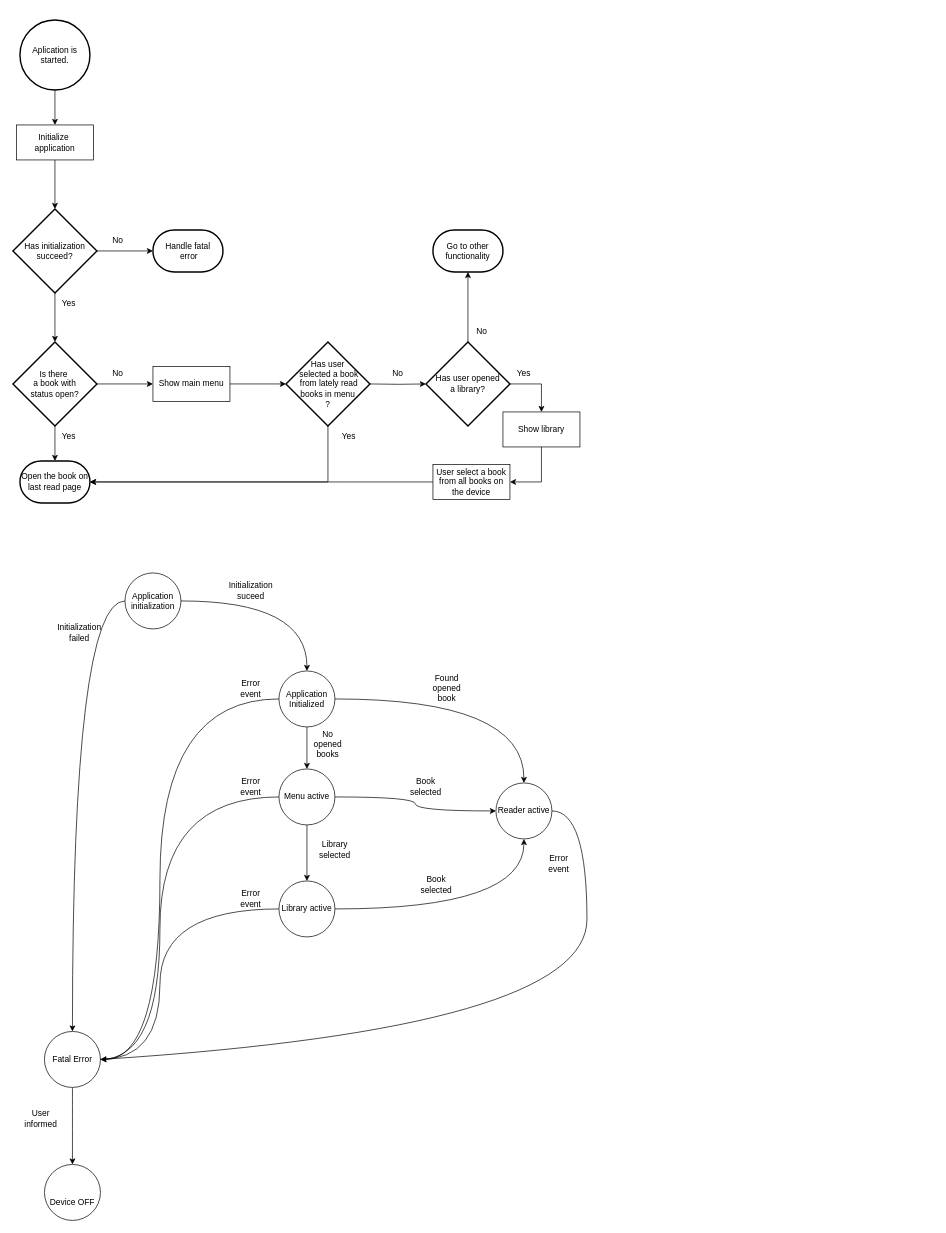
This is page "UC-002" (2 of 5) of docs/design/assets/01_concept_of_operations.drawio from KubaTaba1uga/open_source_ebook_reader, a draw.io file, before an edit. Source tidied: cells renumbered, new cells numbered last; positions are measured from the earlier drawing's top-left corner, leaving out a move shared by most shapes. Both pictures are drawn from the tidied source at 70%, with x=0, y=0 at pixel (13, 20).
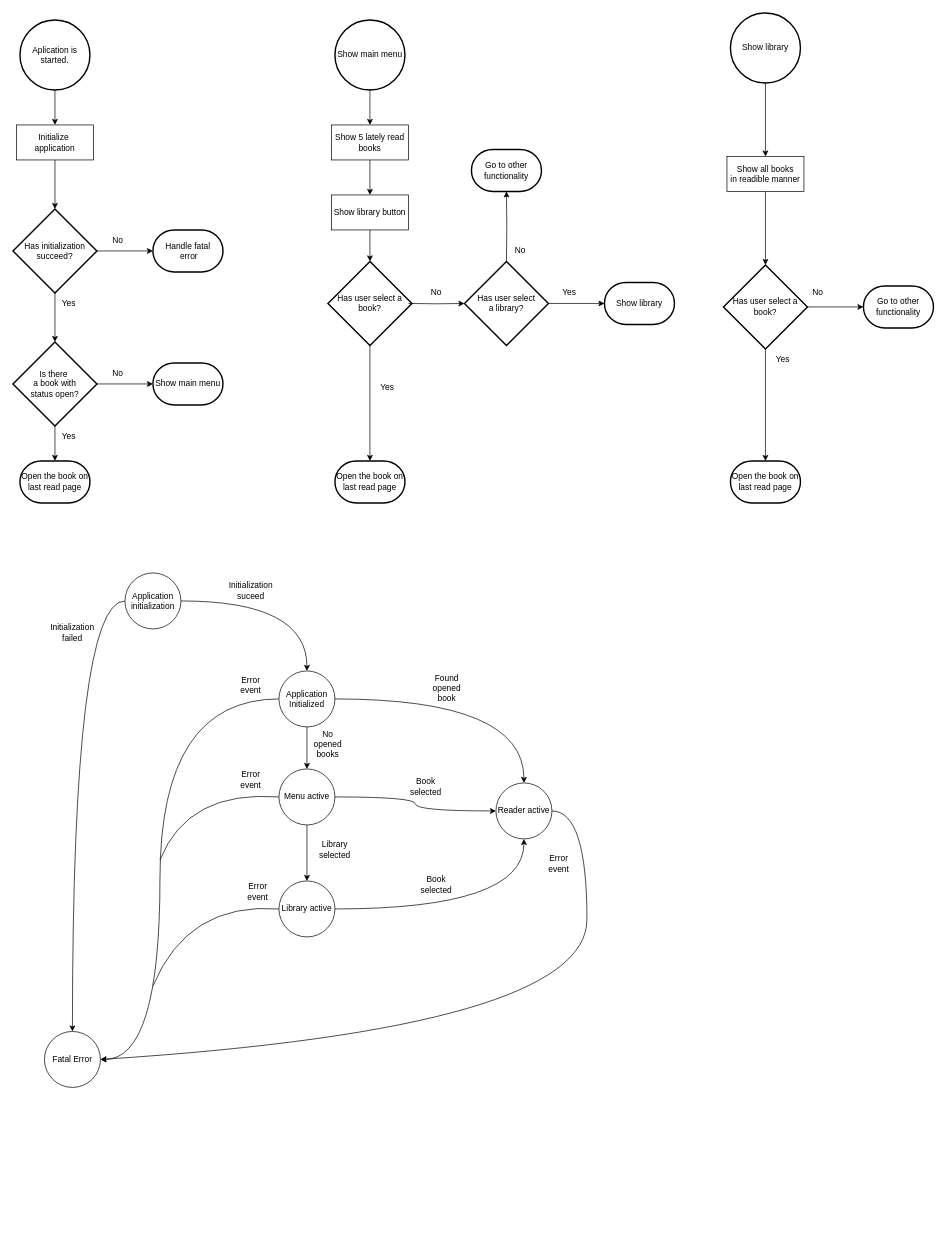
The same diagram, later.

The change refers to these unchanged cells:
```xml
<mxCell id="13" value="Open the book on last read page" style="strokeWidth=2;html=1;shape=mxgraph.flowchart.terminator;whiteSpace=wrap;" parent="2" vertex="1">
  <mxGeometry x="10" y="630" width="100" height="60" as="geometry" />
</mxCell>
<mxCell id="43" value="Fatal Error" style="ellipse;whiteSpace=wrap;html=1;shapeInside=1;" parent="2" vertex="1">
  <mxGeometry x="45" y="1445" width="80" height="80" as="geometry" />
</mxCell>
<mxCell id="50" value="Menu active" style="ellipse;whiteSpace=wrap;html=1;shapeInside=1;" parent="2" vertex="1">
  <mxGeometry x="380" y="1070" width="80" height="80" as="geometry" />
</mxCell>
```

Change to the diagram source:
```diff
@@
-    <mxCell id="18" style="edgeStyle=orthogonalEdgeStyle;rounded=0;jettySize=auto;html=1;" parent="2" edge="1" source="19" target="22">
-      <mxGeometry relative="1" as="geometry" />
-    </mxCell>
-    <mxCell id="19" value="Show main menu" style="html=1;whiteSpace=wrap;" parent="2" vertex="1">
-      <mxGeometry x="200" y="495" width="110" height="50" as="geometry" />
-    </mxCell>
@@
-    <mxCell id="21" style="edgeStyle=orthogonalEdgeStyle;rounded=0;jettySize=auto;html=1;entryX=1;entryY=0.5;entryDx=0;entryDy=0;entryPerimeter=0;" parent="2" edge="1" source="22" target="13">
-      <mxGeometry relative="1" as="geometry">
-        <Array as="points">
-          <mxPoint x="450" y="660" />
-        </Array>
-      </mxGeometry>
-    </mxCell>
-    <mxCell id="22" value="Has user&lt;div&gt;&amp;nbsp;selected a book&lt;/div&gt;&lt;div&gt;&amp;nbsp;from lately read books in menu&lt;div&gt;?&lt;/div&gt;&lt;/div&gt;" style="strokeWidth=2;html=1;shape=mxgraph.flowchart.decision;whiteSpace=wrap;" parent="2" vertex="1">
-      <mxGeometry x="390" y="460" width="120" height="120" as="geometry" />
-    </mxCell>
-    <mxCell id="23" style="edgeStyle=orthogonalEdgeStyle;rounded=0;jettySize=auto;html=1;" parent="2" edge="1" target="26">
-      <mxGeometry relative="1" as="geometry">
-        <mxPoint x="510" y="520" as="sourcePoint" />
-      </mxGeometry>
-    </mxCell>
-    <mxCell id="24" style="edgeStyle=orthogonalEdgeStyle;rounded=0;jettySize=auto;html=1;entryX=0.5;entryY=0;entryDx=0;entryDy=0;" parent="2" edge="1" source="26" target="28">
-      <mxGeometry relative="1" as="geometry">
-        <Array as="points">
-          <mxPoint x="755" y="520" />
-        </Array>
-      </mxGeometry>
-    </mxCell>
-    <mxCell id="25" style="edgeStyle=orthogonalEdgeStyle;rounded=0;jettySize=auto;html=1;" parent="2" edge="1" source="26" target="34">
-      <mxGeometry relative="1" as="geometry" />
-    </mxCell>
-    <mxCell id="26" value="Has user opened&lt;div&gt;a library?&lt;/div&gt;" style="strokeWidth=2;html=1;shape=mxgraph.flowchart.decision;whiteSpace=wrap;" parent="2" vertex="1">
-      <mxGeometry x="590" y="460" width="120" height="120" as="geometry" />
-    </mxCell>
-    <mxCell id="27" style="edgeStyle=orthogonalEdgeStyle;rounded=0;jettySize=auto;html=1;entryX=1;entryY=0.5;entryDx=0;entryDy=0;" parent="2" edge="1" source="28" target="30">
-      <mxGeometry relative="1" as="geometry" />
-    </mxCell>
-    <mxCell id="28" value="Show library" style="html=1;whiteSpace=wrap;" parent="2" vertex="1">
-      <mxGeometry x="700" y="560" width="110" height="50" as="geometry" />
-    </mxCell>
-    <mxCell id="29" style="edgeStyle=orthogonalEdgeStyle;rounded=0;jettySize=auto;html=1;entryX=1;entryY=0.5;entryDx=0;entryDy=0;entryPerimeter=0;" parent="2" edge="1" source="30" target="13">
-      <mxGeometry relative="1" as="geometry">
-        <Array as="points">
-          <mxPoint x="480" y="660" />
-          <mxPoint x="480" y="660" />
-        </Array>
-      </mxGeometry>
-    </mxCell>
-    <mxCell id="30" value="User select a book from all books on the device" style="html=1;whiteSpace=wrap;" parent="2" vertex="1">
-      <mxGeometry x="600" y="635" width="110" height="50" as="geometry" />
-    </mxCell>
-    <mxCell id="31" value="Yes" style="text;html=1;whiteSpace=wrap;strokeColor=none;fillColor=none;align=center;verticalAlign=middle;rounded=0;" parent="2" vertex="1">
-      <mxGeometry x="450" y="580" width="60" height="30" as="geometry" />
-    </mxCell>
-    <mxCell id="32" value="No" style="text;html=1;whiteSpace=wrap;strokeColor=none;fillColor=none;align=center;verticalAlign=middle;rounded=0;" parent="2" vertex="1">
-      <mxGeometry x="520" y="490" width="60" height="30" as="geometry" />
-    </mxCell>
-    <mxCell id="33" value="Yes" style="text;html=1;whiteSpace=wrap;strokeColor=none;fillColor=none;align=center;verticalAlign=middle;rounded=0;" parent="2" vertex="1">
-      <mxGeometry x="700" y="490" width="60" height="30" as="geometry" />
-    </mxCell>
-    <mxCell id="34" value="Go to other functionality" style="strokeWidth=2;html=1;shape=mxgraph.flowchart.terminator;whiteSpace=wrap;" parent="2" vertex="1">
-      <mxGeometry x="600" y="300" width="100" height="60" as="geometry" />
-    </mxCell>
-    <mxCell id="35" value="No" style="text;html=1;whiteSpace=wrap;strokeColor=none;fillColor=none;align=center;verticalAlign=middle;rounded=0;" parent="2" vertex="1">
-      <mxGeometry x="640" y="430" width="60" height="30" as="geometry" />
-    </mxCell>
@@
-    <mxCell id="42" style="edgeStyle=orthogonalEdgeStyle;rounded=0;jettySize=auto;html=1;curved=1;" parent="2" edge="1" source="43" target="45">
-      <mxGeometry relative="1" as="geometry" />
-    </mxCell>
@@
     <mxCell id="44" value="Initialization failed" style="text;html=1;whiteSpace=wrap;strokeColor=none;fillColor=none;align=center;verticalAlign=middle;rounded=0;" parent="2" vertex="1">
-      <mxGeometry x="65" y="860" width="60" height="30" as="geometry" />
+      <mxGeometry x="55" y="860" width="60" height="30" as="geometry" />
     </mxCell>
-    <mxCell id="45" value="&lt;div&gt;&lt;br&gt;&lt;/div&gt;&lt;div&gt;&lt;br&gt;&lt;/div&gt;&lt;div&gt;Device OFF&lt;/div&gt;" style="ellipse;whiteSpace=wrap;html=1;shapeInside=1;" parent="2" vertex="1">
-      <mxGeometry x="45" y="1635" width="80" height="80" as="geometry" />
-    </mxCell>
-    <mxCell id="46" value="User informed" style="text;html=1;whiteSpace=wrap;strokeColor=none;fillColor=none;align=center;verticalAlign=middle;rounded=0;" parent="2" vertex="1">
-      <mxGeometry x="10" y="1555" width="60" height="30" as="geometry" />
-    </mxCell>
@@
-    <mxCell id="60" style="endArrow=none;html=1;rounded=0;entryX=0;entryY=0.5;entryDx=0;entryDy=0;exitX=1;exitY=0.5;exitDx=0;exitDy=0;curved=1;" parent="2" edge="1" source="43" target="50">
-      <mxGeometry relative="1" as="geometry">
-        <Array as="points">
-          <mxPoint x="210" y="1485" />
-          <mxPoint x="210" y="1110" />
-        </Array>
-      </mxGeometry>
-    </mxCell>
-    <mxCell id="61" style="endArrow=none;html=1;rounded=0;entryX=0;entryY=0.5;entryDx=0;entryDy=0;exitX=1;exitY=0.5;exitDx=0;exitDy=0;curved=1;" parent="2" edge="1" source="43">
-      <mxGeometry relative="1" as="geometry">
-        <mxPoint x="380" y="1270" as="targetPoint" />
-        <Array as="points">
-          <mxPoint x="210" y="1485" />
-          <mxPoint x="210" y="1270" />
-        </Array>
-      </mxGeometry>
-    </mxCell>
@@
     <mxCell id="63" value="Error event" style="text;html=1;whiteSpace=wrap;strokeColor=none;fillColor=none;align=center;verticalAlign=middle;rounded=0;" parent="2" vertex="1">
-      <mxGeometry x="310" y="940" width="60" height="30" as="geometry" />
+      <mxGeometry x="310" y="935" width="60" height="30" as="geometry" />
     </mxCell>
     <mxCell id="64" value="Error event" style="text;html=1;whiteSpace=wrap;strokeColor=none;fillColor=none;align=center;verticalAlign=middle;rounded=0;" parent="2" vertex="1">
-      <mxGeometry x="310" y="1080" width="60" height="30" as="geometry" />
+      <mxGeometry x="310" y="1070" width="60" height="30" as="geometry" />
     </mxCell>
     <mxCell id="65" value="Error event" style="text;html=1;whiteSpace=wrap;strokeColor=none;fillColor=none;align=center;verticalAlign=middle;rounded=0;" parent="2" vertex="1">
-      <mxGeometry x="310" y="1240" width="60" height="30" as="geometry" />
+      <mxGeometry x="320" y="1230" width="60" height="30" as="geometry" />
     </mxCell>
@@
+    <mxCell id="67" style="edgeStyle=orthogonalEdgeStyle;rounded=0;jettySize=auto;html=1;" parent="2" edge="1" source="68" target="70">
+      <mxGeometry relative="1" as="geometry" />
+    </mxCell>
+    <mxCell id="68" value="Show library" style="strokeWidth=2;html=1;shape=mxgraph.flowchart.start_2;whiteSpace=wrap;" parent="2" vertex="1">
+      <mxGeometry x="1025" y="-10" width="100" height="100" as="geometry" />
+    </mxCell>
+    <mxCell id="69" style="edgeStyle=orthogonalEdgeStyle;rounded=0;jettySize=auto;html=1;entryX=0.5;entryY=0;entryDx=0;entryDy=0;entryPerimeter=0;" parent="2" edge="1" source="70" target="94">
+      <mxGeometry relative="1" as="geometry" />
+    </mxCell>
+    <mxCell id="70" value="Show all books&lt;div&gt;in readible manner&lt;/div&gt;" style="html=1;whiteSpace=wrap;" parent="2" vertex="1">
+      <mxGeometry x="1020" y="195" width="110" height="50" as="geometry" />
+    </mxCell>
+    <mxCell id="71" style="edgeStyle=orthogonalEdgeStyle;rounded=0;jettySize=auto;html=1;exitX=0.5;exitY=1;exitDx=0;exitDy=0;exitPerimeter=0;entryX=0.5;entryY=0;entryDx=0;entryDy=0;entryPerimeter=0;" parent="2" edge="1" source="94" target="72">
+      <mxGeometry relative="1" as="geometry" />
+    </mxCell>
+    <mxCell id="72" value="Open the book on last read page" style="strokeWidth=2;html=1;shape=mxgraph.flowchart.terminator;whiteSpace=wrap;" parent="2" vertex="1">
+      <mxGeometry x="1025" y="630" width="100" height="60" as="geometry" />
+    </mxCell>
+    <mxCell id="73" value="Show main menu" style="strokeWidth=2;html=1;shape=mxgraph.flowchart.terminator;whiteSpace=wrap;" parent="2" vertex="1">
+      <mxGeometry x="200" y="490" width="100" height="60" as="geometry" />
+    </mxCell>
+    <mxCell id="74" style="edgeStyle=orthogonalEdgeStyle;rounded=0;jettySize=auto;html=1;" parent="2" edge="1" source="75" target="79">
+      <mxGeometry relative="1" as="geometry" />
+    </mxCell>
+    <mxCell id="75" value="Show main menu" style="strokeWidth=2;html=1;shape=mxgraph.flowchart.start_2;whiteSpace=wrap;" parent="2" vertex="1">
+      <mxGeometry x="460" width="100" height="100" as="geometry" />
+    </mxCell>
+    <mxCell id="76" style="edgeStyle=orthogonalEdgeStyle;rounded=0;jettySize=auto;html=1;" parent="2" edge="1" source="77" target="83">
+      <mxGeometry relative="1" as="geometry" />
+    </mxCell>
+    <mxCell id="77" value="Has user select a book?" style="strokeWidth=2;html=1;shape=mxgraph.flowchart.decision;whiteSpace=wrap;" parent="2" vertex="1">
+      <mxGeometry x="450" y="345" width="120" height="120" as="geometry" />
+    </mxCell>
+    <mxCell id="78" style="edgeStyle=orthogonalEdgeStyle;rounded=0;jettySize=auto;html=1;" parent="2" edge="1" source="79" target="81">
+      <mxGeometry relative="1" as="geometry" />
+    </mxCell>
+    <mxCell id="79" value="Show 5 lately read books" style="html=1;whiteSpace=wrap;" parent="2" vertex="1">
+      <mxGeometry x="455" y="150" width="110" height="50" as="geometry" />
+    </mxCell>
+    <mxCell id="80" style="edgeStyle=orthogonalEdgeStyle;rounded=0;jettySize=auto;html=1;" parent="2" edge="1" source="81" target="77">
+      <mxGeometry relative="1" as="geometry" />
+    </mxCell>
+    <mxCell id="81" value="Show library button" style="html=1;whiteSpace=wrap;" parent="2" vertex="1">
+      <mxGeometry x="455" y="250" width="110" height="50" as="geometry" />
+    </mxCell>
+    <mxCell id="82" value="Yes" style="text;html=1;whiteSpace=wrap;strokeColor=none;fillColor=none;align=center;verticalAlign=middle;rounded=0;" parent="2" vertex="1">
+      <mxGeometry x="505" y="510" width="60" height="30" as="geometry" />
+    </mxCell>
+    <mxCell id="83" value="Open the book on last read page" style="strokeWidth=2;html=1;shape=mxgraph.flowchart.terminator;whiteSpace=wrap;" parent="2" vertex="1">
+      <mxGeometry x="460" y="630" width="100" height="60" as="geometry" />
+    </mxCell>
+    <mxCell id="84" style="edgeStyle=orthogonalEdgeStyle;rounded=0;jettySize=auto;html=1;" parent="2" edge="1" target="85">
+      <mxGeometry relative="1" as="geometry">
+        <mxPoint x="565" y="405" as="sourcePoint" />
+      </mxGeometry>
+    </mxCell>
+    <mxCell id="85" value="Has user select&lt;div&gt;a library?&lt;/div&gt;" style="strokeWidth=2;html=1;shape=mxgraph.flowchart.decision;whiteSpace=wrap;" parent="2" vertex="1">
+      <mxGeometry x="645" y="345" width="120" height="120" as="geometry" />
+    </mxCell>
+    <mxCell id="86" value="No" style="text;html=1;whiteSpace=wrap;strokeColor=none;fillColor=none;align=center;verticalAlign=middle;rounded=0;" parent="2" vertex="1">
+      <mxGeometry x="575" y="375" width="60" height="30" as="geometry" />
+    </mxCell>
+    <mxCell id="87" value="No" style="text;html=1;whiteSpace=wrap;strokeColor=none;fillColor=none;align=center;verticalAlign=middle;rounded=0;" parent="2" vertex="1">
+      <mxGeometry x="695" y="315" width="60" height="30" as="geometry" />
+    </mxCell>
+    <mxCell id="88" style="edgeStyle=orthogonalEdgeStyle;rounded=0;jettySize=auto;html=1;" parent="2" edge="1" target="89">
+      <mxGeometry relative="1" as="geometry">
+        <mxPoint x="705" y="345" as="sourcePoint" />
+      </mxGeometry>
+    </mxCell>
+    <mxCell id="89" value="Go to other functionality" style="strokeWidth=2;html=1;shape=mxgraph.flowchart.terminator;whiteSpace=wrap;" parent="2" vertex="1">
+      <mxGeometry x="655" y="185" width="100" height="60" as="geometry" />
+    </mxCell>
+    <mxCell id="90" style="edgeStyle=orthogonalEdgeStyle;rounded=0;orthogonalLoop=1;jettySize=auto;html=1;" parent="2" edge="1">
+      <mxGeometry relative="1" as="geometry">
+        <mxPoint x="765" y="405" as="sourcePoint" />
+        <mxPoint x="845" y="405" as="targetPoint" />
+      </mxGeometry>
+    </mxCell>
+    <mxCell id="91" value="Show library" style="strokeWidth=2;html=1;shape=mxgraph.flowchart.terminator;whiteSpace=wrap;" parent="2" vertex="1">
+      <mxGeometry x="845" y="375" width="100" height="60" as="geometry" />
+    </mxCell>
+    <mxCell id="92" value="Yes" style="text;html=1;whiteSpace=wrap;strokeColor=none;fillColor=none;align=center;verticalAlign=middle;rounded=0;" parent="2" vertex="1">
+      <mxGeometry x="765" y="375" width="60" height="30" as="geometry" />
+    </mxCell>
+    <mxCell id="93" style="edgeStyle=orthogonalEdgeStyle;rounded=0;jettySize=auto;html=1;" parent="2" edge="1" source="94" target="95">
+      <mxGeometry relative="1" as="geometry" />
+    </mxCell>
+    <mxCell id="94" value="Has user select a book?" style="strokeWidth=2;html=1;shape=mxgraph.flowchart.decision;whiteSpace=wrap;" parent="2" vertex="1">
+      <mxGeometry x="1015" y="350" width="120" height="120" as="geometry" />
+    </mxCell>
+    <mxCell id="95" value="Go to other functionality" style="strokeWidth=2;html=1;shape=mxgraph.flowchart.terminator;whiteSpace=wrap;" parent="2" vertex="1">
+      <mxGeometry x="1215" y="380" width="100" height="60" as="geometry" />
+    </mxCell>
+    <mxCell id="96" style="endArrow=none;html=1;rounded=0;entryX=0;entryY=0.5;entryDx=0;entryDy=0;curved=1;" parent="2" edge="1" target="50">
+      <mxGeometry relative="1" as="geometry">
+        <mxPoint x="210" y="1200" as="sourcePoint" />
+        <Array as="points">
+          <mxPoint x="250" y="1100" />
+        </Array>
+      </mxGeometry>
+    </mxCell>
+    <mxCell id="97" style="endArrow=none;html=1;rounded=0;entryX=0;entryY=0.5;entryDx=0;entryDy=0;curved=1;" parent="2" edge="1">
+      <mxGeometry relative="1" as="geometry">
+        <mxPoint x="200" y="1380" as="sourcePoint" />
+        <mxPoint x="380" y="1270" as="targetPoint" />
+        <Array as="points">
+          <mxPoint x="250" y="1260" />
+        </Array>
+      </mxGeometry>
+    </mxCell>
+    <mxCell id="98" value="No" style="text;html=1;whiteSpace=wrap;strokeColor=none;fillColor=none;align=center;verticalAlign=middle;rounded=0;" parent="2" vertex="1">
+      <mxGeometry x="1120" y="375" width="60" height="30" as="geometry" />
+    </mxCell>
+    <mxCell id="99" value="Yes" style="text;html=1;whiteSpace=wrap;strokeColor=none;fillColor=none;align=center;verticalAlign=middle;rounded=0;" parent="2" vertex="1">
+      <mxGeometry x="1070" y="470" width="60" height="30" as="geometry" />
+    </mxCell>
```
